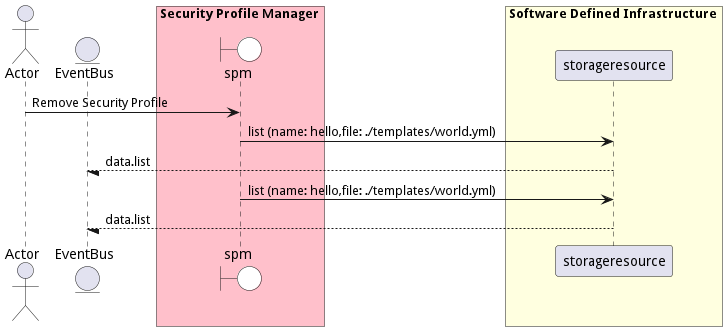
This is docs/edgemere/sa/spm/usecases/managesecurityprofiles/RemoveSecurityProfile.png from madajaju/edgemere, a PlantUML export, as it was before one commit.
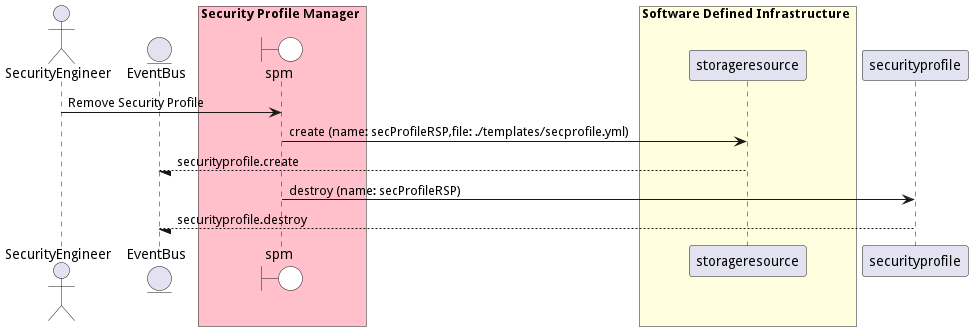
Later version of the same file.

Change to the diagram source:
```diff
@@ -1,6 +1,6 @@
 @startuml
 
-actor "Actor"
+actor "SecurityEngineer"
 
 
 entity EventBus
@@ -14,16 +14,19 @@
             participant storageresource
     end box
 
+box Security Profile Manager #pink
+    end box
 
-"Actor" -> spm: Remove Security Profile
 
-    spm -> "storageresource": list (name: hello,file: ./templates/world.yml)
+"SecurityEngineer" -> spm: Remove Security Profile
 
-    "storageresource" --/ EventBus: data.list
+    spm -> "storageresource": create (name: secProfileRSP,file: ./templates/secprofile.yml)
 
-    spm -> "storageresource": list (name: hello,file: ./templates/world.yml)
+    "storageresource" --/ EventBus: securityprofile.create
 
-    "storageresource" --/ EventBus: data.list
+    spm -> "securityprofile": destroy (name: secProfileRSP)
+
+    "securityprofile" --/ EventBus: securityprofile.destroy
 
 
 
```
